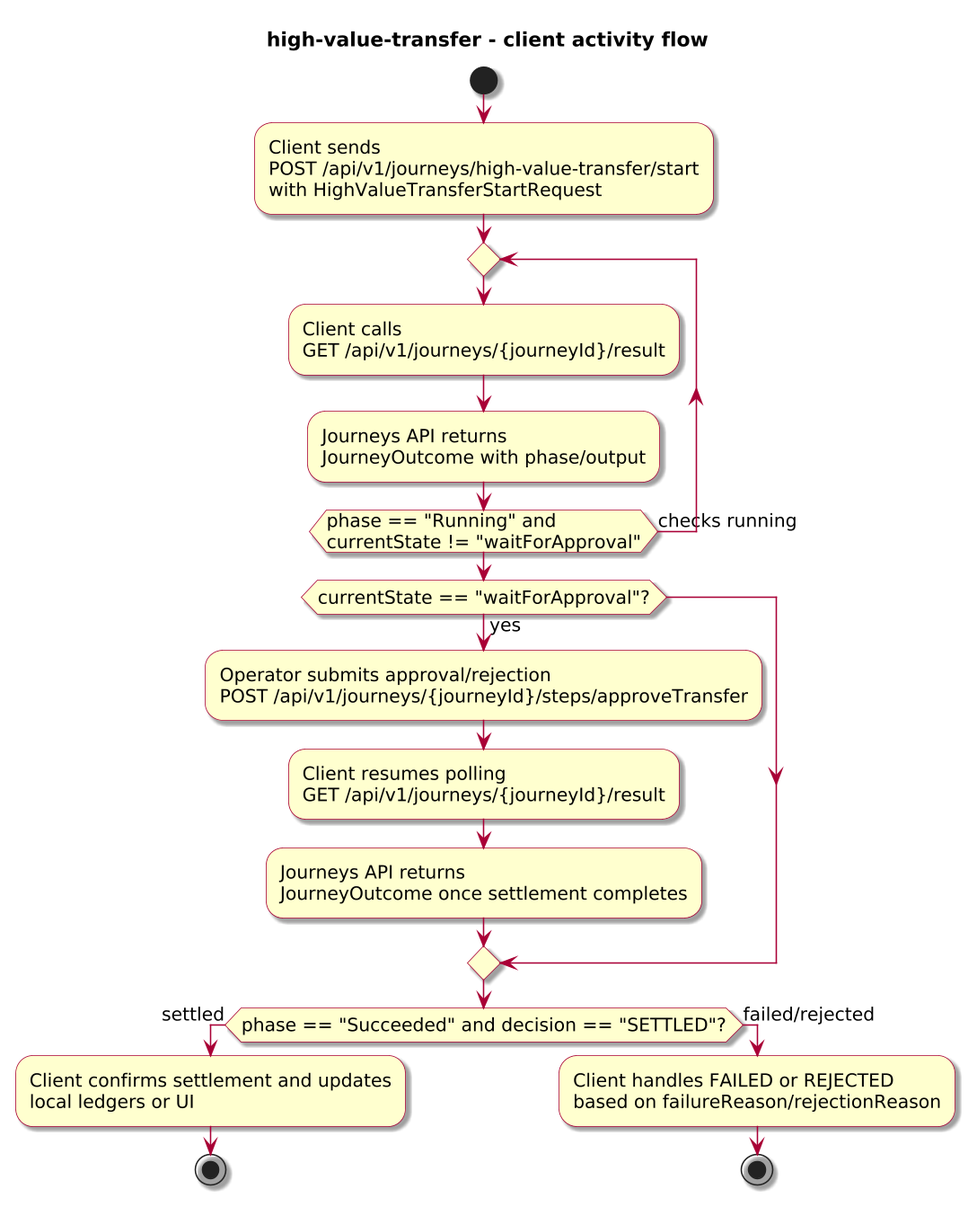
The PlantUML diagram docs/3-reference/examples/business/high-value-transfer/diagrams/high-value-transfer-activity.png in ivanstambuk/journeyforge, before a commit. The source it was exported from:
```plantuml
@startuml
!include journey-diagram-theme.puml
title high-value-transfer - client activity flow

start

:Client sends\nPOST /api/v1/journeys/high-value-transfer/start\nwith HighValueTransferStartRequest;

repeat
  :Client calls\nGET /api/v1/journeys/{journeyId}/result;
  :Journeys API returns\nJourneyOutcome with phase/output;
repeat while (phase == "Running" and\ncurrentState != "waitForApproval") is (checks running)

if (currentState == "waitForApproval"?) then (yes)
  :Operator submits approval/rejection\nPOST /api/v1/journeys/{journeyId}/steps/approveTransfer;
  :Client resumes polling\nGET /api/v1/journeys/{journeyId}/result;
  :Journeys API returns\nJourneyOutcome once settlement completes;
endif

if (phase == "Succeeded" and decision == "SETTLED"?) then (settled)
  :Client confirms settlement and updates\nlocal ledgers or UI;
  stop
else (failed/rejected)
  :Client handles FAILED or REJECTED\nbased on failureReason/rejectionReason;
  stop
endif

@enduml
```
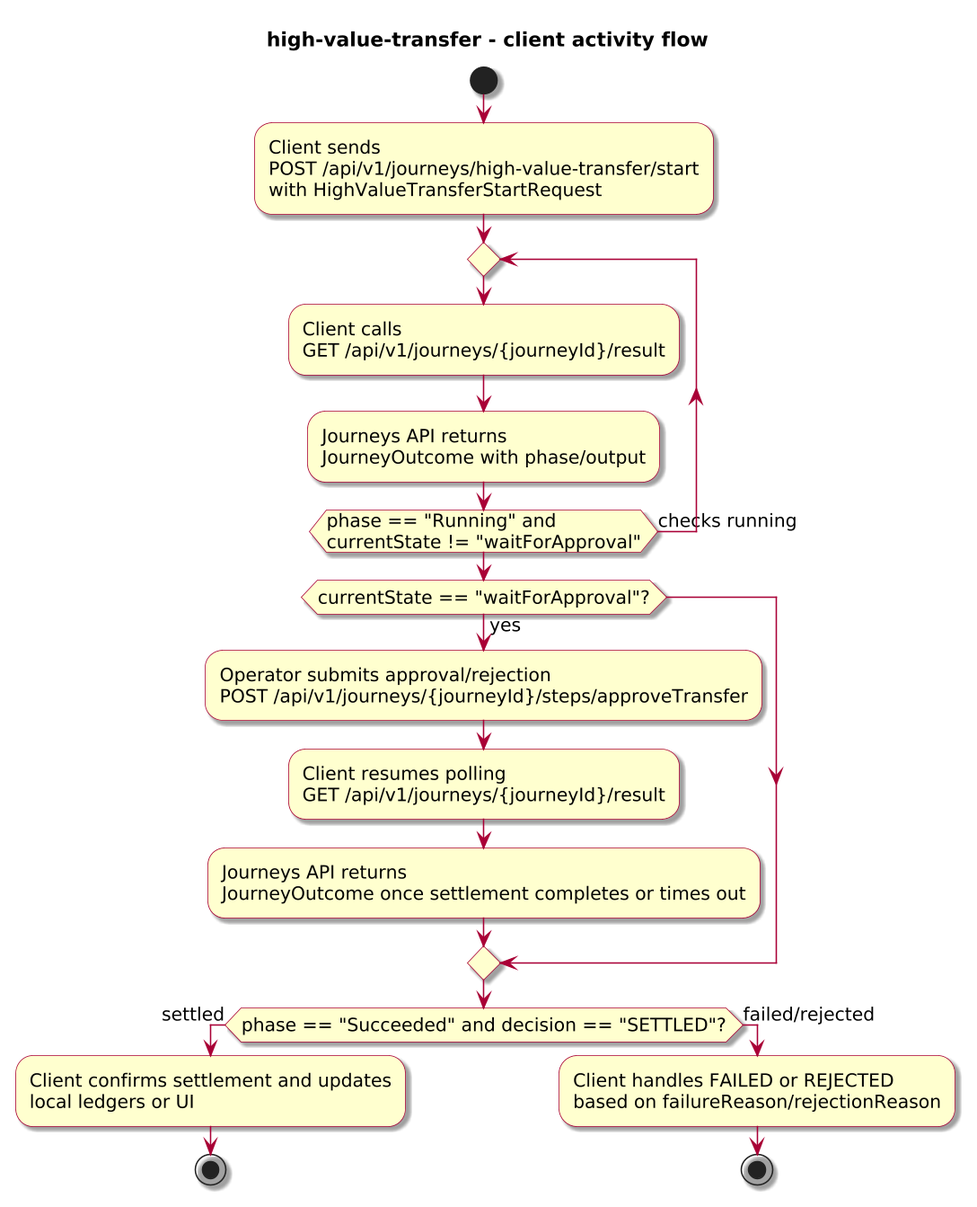
After the change.

Diff of the diagram source:
```diff
@@ -14,7 +14,7 @@
 if (currentState == "waitForApproval"?) then (yes)
   :Operator submits approval/rejection\nPOST /api/v1/journeys/{journeyId}/steps/approveTransfer;
   :Client resumes polling\nGET /api/v1/journeys/{journeyId}/result;
-  :Journeys API returns\nJourneyOutcome once settlement completes;
+  :Journeys API returns\nJourneyOutcome once settlement completes or times out;
 endif
 
 if (phase == "Succeeded" and decision == "SETTLED"?) then (settled)
```
